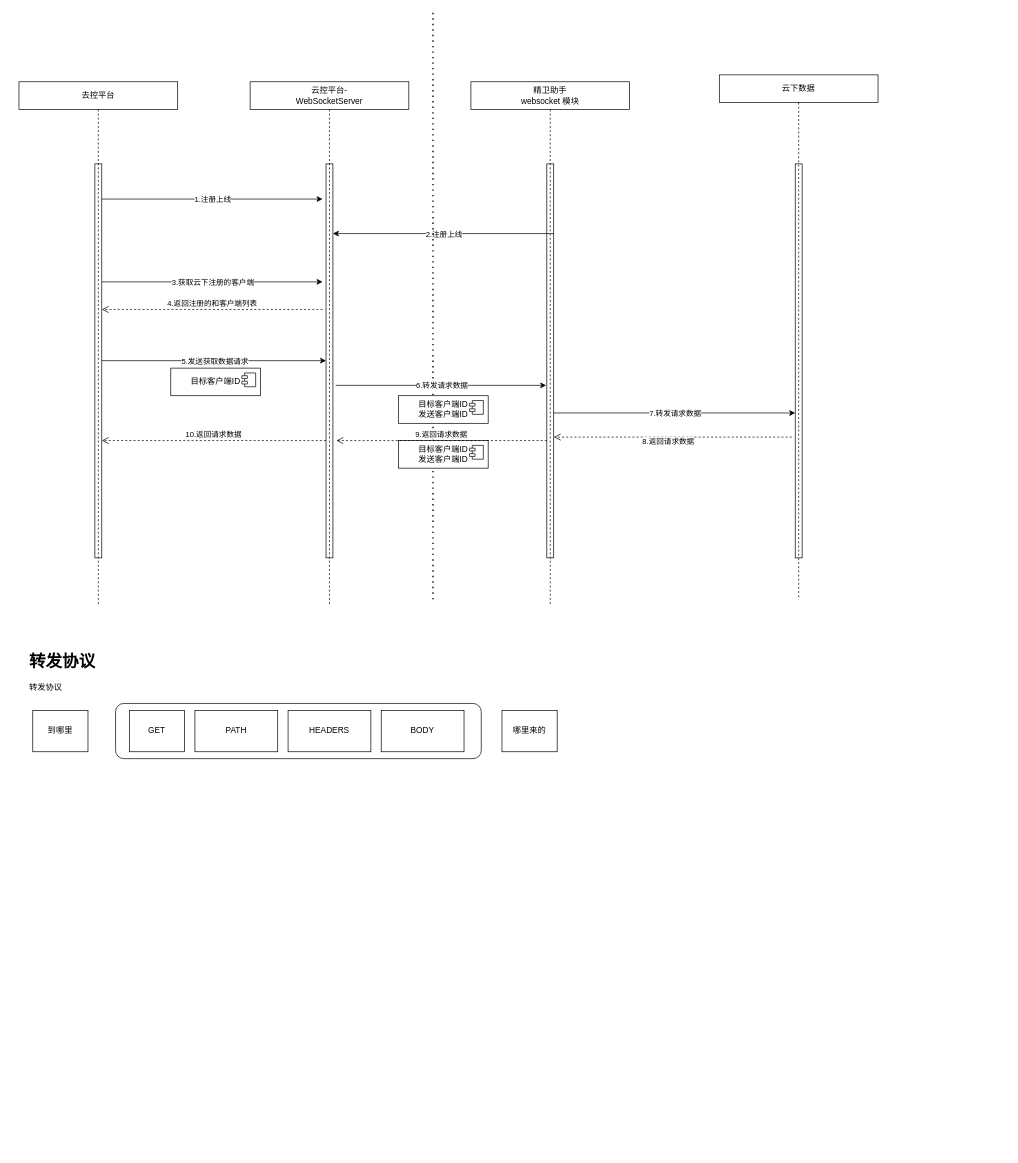
Before: 云控平台.drawio in Snuger/draw, a draw.io diagram. Source tidied: cells renumbered, new cells numbered last; positions are measured from the earlier drawing's top-left corner, leaving out a move shared by most shapes. Both pictures are drawn from the tidied source at 69%, with x=0, y=0 at pixel (19, 12).
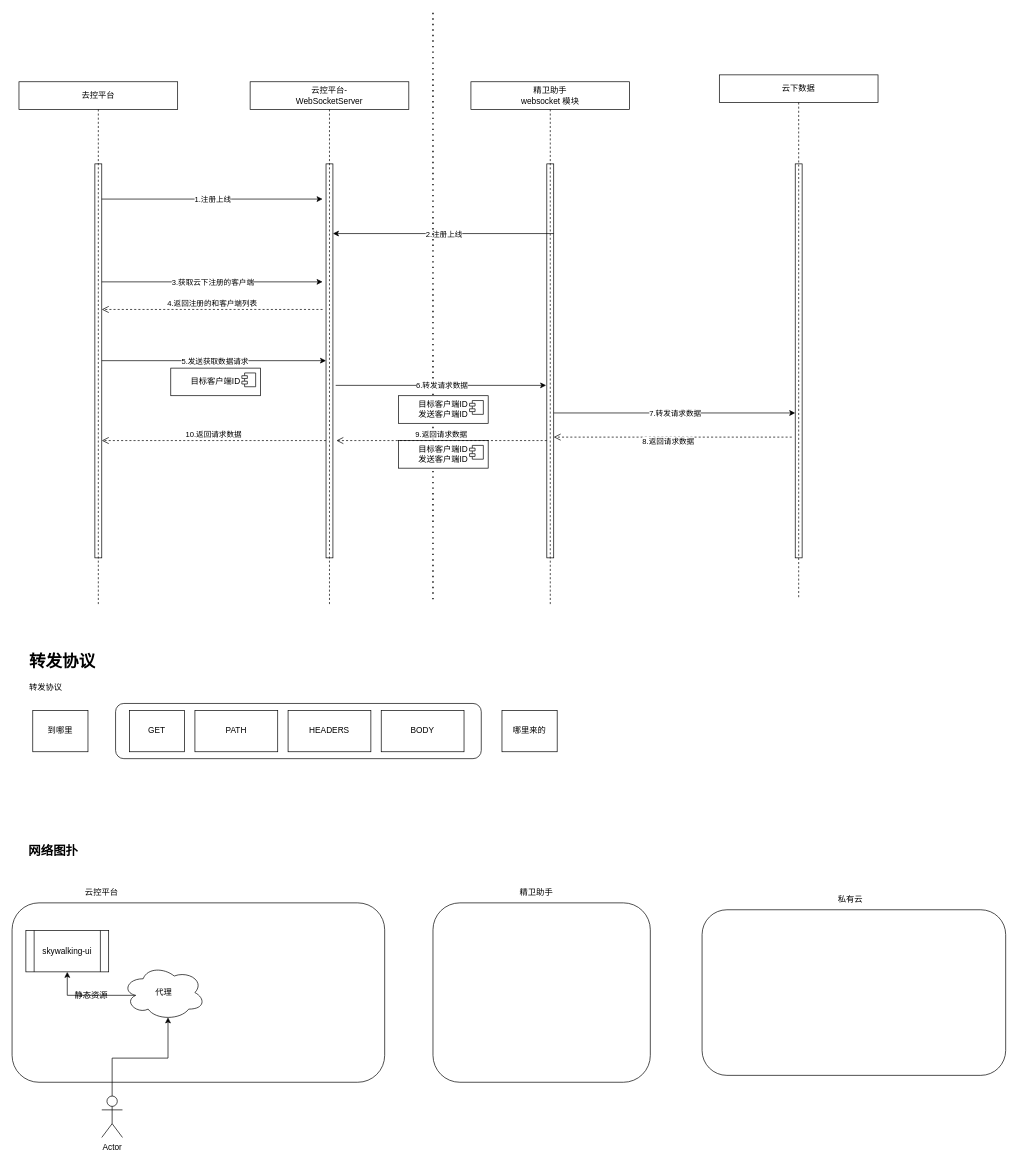
After the change.

Commit message:
更新云控平台.drawio

What changed in the source:
```diff
@@
+    <mxCell id="41" value="&lt;font style=&quot;font-size: 18px;&quot;&gt;网络图扑&lt;/font&gt;" style="text;html=1;strokeColor=none;fillColor=none;align=center;verticalAlign=middle;whiteSpace=wrap;rounded=0;fontStyle=1;" parent="1" vertex="1">
+      <mxGeometry y="1200" width="100" height="30" as="geometry" />
+    </mxCell>
+    <mxCell id="42" style="rounded=1;whiteSpace=wrap;html=1;" parent="1" vertex="1">
+      <mxGeometry x="-10" y="1290" width="540" height="260" as="geometry" />
+    </mxCell>
+    <mxCell id="43" value="云控平台" style="text;html=1;strokeColor=none;fillColor=none;align=center;verticalAlign=middle;whiteSpace=wrap;rounded=0;" parent="1" vertex="1">
+      <mxGeometry x="90" y="1260" width="60" height="30" as="geometry" />
+    </mxCell>
+    <mxCell id="44" value="skywalking-ui" style="shape=process;whiteSpace=wrap;html=1;backgroundOutline=1;" parent="1" vertex="1">
+      <mxGeometry x="10" y="1330" width="120" height="60" as="geometry" />
+    </mxCell>
+    <mxCell id="45" style="edgeStyle=orthogonalEdgeStyle;rounded=0;jettySize=auto;html=1;entryX=0.5;entryY=1;entryDx=0;entryDy=0;exitX=0.16;exitY=0.55;exitDx=0;exitDy=0;exitPerimeter=0;" parent="1" edge="1" source="46" target="44">
+      <mxGeometry relative="1" as="geometry" />
+    </mxCell>
+    <mxCell id="46" value="代理" style="ellipse;shape=cloud;whiteSpace=wrap;html=1;" parent="1" vertex="1">
+      <mxGeometry x="150" y="1380" width="120" height="80" as="geometry" />
+    </mxCell>
+    <mxCell id="47" value="Actor" style="shape=umlActor;verticalLabelPosition=bottom;verticalAlign=top;html=1;outlineConnect=0;" parent="1" vertex="1">
+      <mxGeometry x="120" y="1570" width="30" height="60" as="geometry" />
+    </mxCell>
+    <mxCell id="48" style="edgeStyle=orthogonalEdgeStyle;rounded=0;jettySize=auto;html=1;entryX=0.55;entryY=0.95;entryDx=0;entryDy=0;entryPerimeter=0;" parent="1" edge="1" source="47" target="46">
+      <mxGeometry relative="1" as="geometry" />
+    </mxCell>
+    <mxCell id="49" value="静态资源" style="text;html=1;strokeColor=none;fillColor=none;align=center;verticalAlign=middle;whiteSpace=wrap;rounded=0;" parent="1" vertex="1">
+      <mxGeometry x="75" y="1410" width="60" height="30" as="geometry" />
+    </mxCell>
+    <mxCell id="50" style="rounded=1;whiteSpace=wrap;html=1;" parent="1" vertex="1">
+      <mxGeometry x="600" y="1290" width="315" height="260" as="geometry" />
+    </mxCell>
+    <mxCell id="51" style="rounded=1;whiteSpace=wrap;html=1;" parent="1" vertex="1">
+      <mxGeometry x="990" y="1300" width="440" height="240" as="geometry" />
+    </mxCell>
+    <mxCell id="52" value="精卫助手" style="text;html=1;strokeColor=none;fillColor=none;align=center;verticalAlign=middle;whiteSpace=wrap;rounded=0;" parent="1" vertex="1">
+      <mxGeometry x="720" y="1260" width="60" height="30" as="geometry" />
+    </mxCell>
+    <mxCell id="53" value="私有云" style="text;html=1;strokeColor=none;fillColor=none;align=center;verticalAlign=middle;whiteSpace=wrap;rounded=0;" parent="1" vertex="1">
+      <mxGeometry x="1160" y="1270" width="90" height="30" as="geometry" />
+    </mxCell>
```
